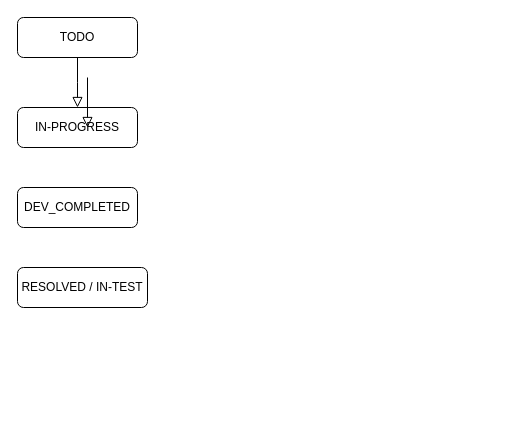
Above: Untitled Diagram.drawio in lxhoang/assignment_cd_week1 (draw.io), before the change. Source tidied: cells renumbered, new cells numbered last; positions are measured from the earlier drawing's top-left corner, leaving out a move shared by most shapes. Both pictures are drawn from the tidied source at 100%, with x=0, y=0 at pixel (17, 17).
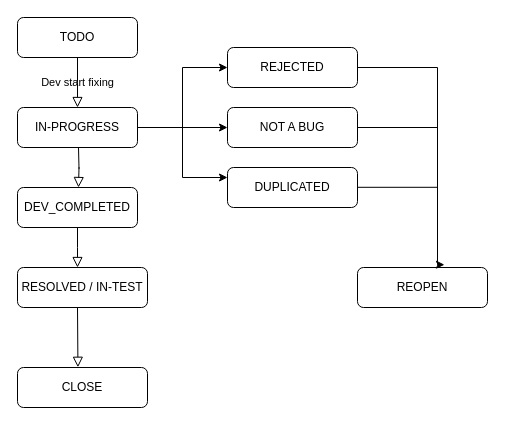
Above is the later version.

Unchanged cells that the change refers to:
```xml
<mxCell id="3" value="TODO" style="rounded=1;whiteSpace=wrap;html=1;fontSize=12;glass=0;strokeWidth=1;shadow=0;" parent="1" vertex="1">
  <mxGeometry width="120" height="40" as="geometry" />
</mxCell>
<mxCell id="4" value="IN-PROGRESS" style="rounded=1;whiteSpace=wrap;html=1;fontSize=12;glass=0;strokeWidth=1;shadow=0;" parent="1" vertex="1">
  <mxGeometry y="90" width="120" height="40" as="geometry" />
</mxCell>
<mxCell id="5" value="DEV_COMPLETED" style="rounded=1;whiteSpace=wrap;html=1;fontSize=12;glass=0;strokeWidth=1;shadow=0;" parent="1" vertex="1">
  <mxGeometry y="170" width="120" height="40" as="geometry" />
</mxCell>
```

What changed in the source:
```diff
@@
-    <mxCell id="2" style="rounded=0;html=1;jettySize=auto;fontSize=11;endArrow=block;endFill=0;endSize=8;strokeWidth=1;shadow=0;labelBackgroundColor=none;edgeStyle=orthogonalEdgeStyle;" parent="1" edge="1" source="3">
+    <mxCell id="2" value="Dev start fixing" style="rounded=0;html=1;jettySize=auto;fontSize=11;endArrow=block;endFill=0;endSize=8;strokeWidth=1;shadow=0;labelBackgroundColor=none;edgeStyle=orthogonalEdgeStyle;" parent="1" edge="1" source="3">
       <mxGeometry relative="1" as="geometry">
         <mxPoint x="60" y="90" as="targetPoint" />
       </mxGeometry>
     </mxCell>
@@
+    <mxCell id="8" style="edgeStyle=orthogonalEdgeStyle;rounded=0;jettySize=auto;html=1;entryX=0;entryY=0.25;entryDx=0;entryDy=0;exitX=1;exitY=0.75;exitDx=0;exitDy=0;" parent="1" edge="1" source="4" target="17">
+      <mxGeometry relative="1" as="geometry">
+        <Array as="points">
+          <mxPoint x="120" y="110" />
+          <mxPoint x="165" y="110" />
+          <mxPoint x="165" y="160" />
+        </Array>
+      </mxGeometry>
+    </mxCell>
+    <mxCell id="9" style="edgeStyle=orthogonalEdgeStyle;rounded=0;jettySize=auto;html=1;" parent="1" edge="1" source="4" target="16">
+      <mxGeometry relative="1" as="geometry" />
+    </mxCell>
@@
     <mxCell id="7" style="rounded=0;html=1;jettySize=auto;orthogonalLoop=1;fontSize=11;endArrow=block;endFill=0;endSize=8;strokeWidth=1;shadow=0;labelBackgroundColor=none;edgeStyle=orthogonalEdgeStyle;" parent="1" edge="1">
       <mxGeometry relative="1" as="geometry">
-        <mxPoint x="70" y="60" as="sourcePoint" />
-        <mxPoint x="70" y="110" as="targetPoint" />
+        <mxPoint x="61" y="130" as="sourcePoint" />
+        <mxPoint x="61" y="170" as="targetPoint" />
       </mxGeometry>
     </mxCell>
+    <mxCell id="10" style="rounded=0;html=1;jettySize=auto;fontSize=11;endArrow=block;endFill=0;endSize=8;strokeWidth=1;shadow=0;labelBackgroundColor=none;edgeStyle=orthogonalEdgeStyle;exitX=0.5;exitY=1;exitDx=0;exitDy=0;" parent="1" edge="1" source="5">
+      <mxGeometry relative="1" as="geometry">
+        <mxPoint x="60" y="250" as="targetPoint" />
+      </mxGeometry>
+    </mxCell>
+    <mxCell id="11" value="CLOSE" style="rounded=1;whiteSpace=wrap;html=1;fontSize=12;glass=0;strokeWidth=1;shadow=0;" parent="1" vertex="1">
+      <mxGeometry y="350" width="130" height="40" as="geometry" />
+    </mxCell>
+    <mxCell id="12" style="rounded=0;html=1;jettySize=auto;fontSize=11;endArrow=block;endFill=0;endSize=8;strokeWidth=1;shadow=0;labelBackgroundColor=none;edgeStyle=orthogonalEdgeStyle;exitX=0.5;exitY=1;exitDx=0;exitDy=0;entryX=0.465;entryY=-0.006;entryDx=0;entryDy=0;entryPerimeter=0;" parent="1" edge="1" target="11">
+      <mxGeometry relative="1" as="geometry">
+        <mxPoint x="60" y="290" as="sourcePoint" />
+      </mxGeometry>
+    </mxCell>
+    <mxCell id="13" value="REOPEN" style="rounded=1;whiteSpace=wrap;html=1;fontSize=12;glass=0;strokeWidth=1;shadow=0;" parent="1" vertex="1">
+      <mxGeometry x="340" y="250" width="130" height="40" as="geometry" />
+    </mxCell>
+    <mxCell id="14" style="edgeStyle=orthogonalEdgeStyle;rounded=0;jettySize=auto;html=1;entryX=0.669;entryY=-0.069;entryDx=0;entryDy=0;entryPerimeter=0;" parent="1" edge="1" source="15" target="13">
+      <mxGeometry relative="1" as="geometry">
+        <Array as="points">
+          <mxPoint x="420" y="50" />
+          <mxPoint x="420" y="247" />
+        </Array>
+      </mxGeometry>
+    </mxCell>
+    <mxCell id="15" value="REJECTED" style="rounded=1;whiteSpace=wrap;html=1;fontSize=12;glass=0;strokeWidth=1;shadow=0;" parent="1" vertex="1">
+      <mxGeometry x="210" y="30" width="130" height="40" as="geometry" />
+    </mxCell>
+    <mxCell id="16" value="NOT A BUG" style="rounded=1;whiteSpace=wrap;html=1;fontSize=12;glass=0;strokeWidth=1;shadow=0;" parent="1" vertex="1">
+      <mxGeometry x="210" y="90" width="130" height="40" as="geometry" />
+    </mxCell>
+    <mxCell id="17" value="DUPLICATED" style="rounded=1;whiteSpace=wrap;html=1;fontSize=12;glass=0;strokeWidth=1;shadow=0;" parent="1" vertex="1">
+      <mxGeometry x="210" y="150" width="130" height="40" as="geometry" />
+    </mxCell>
+    <mxCell id="18" style="edgeStyle=orthogonalEdgeStyle;rounded=0;jettySize=auto;html=1;entryX=0;entryY=0.5;entryDx=0;entryDy=0;" parent="1" edge="1" target="15">
+      <mxGeometry relative="1" as="geometry">
+        <mxPoint x="120" y="100" as="sourcePoint" />
+        <Array as="points">
+          <mxPoint x="120" y="110" />
+          <mxPoint x="165" y="110" />
+          <mxPoint x="165" y="50" />
+        </Array>
+      </mxGeometry>
+    </mxCell>
+    <mxCell id="19" style="endArrow=none;html=1;rounded=0;" parent="1" edge="1">
+      <mxGeometry relative="1" as="geometry">
+        <mxPoint x="340" y="110" as="sourcePoint" />
+        <mxPoint x="420" y="110" as="targetPoint" />
+      </mxGeometry>
+    </mxCell>
+    <mxCell id="20" style="endArrow=none;html=1;rounded=0;" parent="1" edge="1">
+      <mxGeometry relative="1" as="geometry">
+        <mxPoint x="340" y="169.8" as="sourcePoint" />
+        <mxPoint x="420" y="169.8" as="targetPoint" />
+      </mxGeometry>
+    </mxCell>
```
